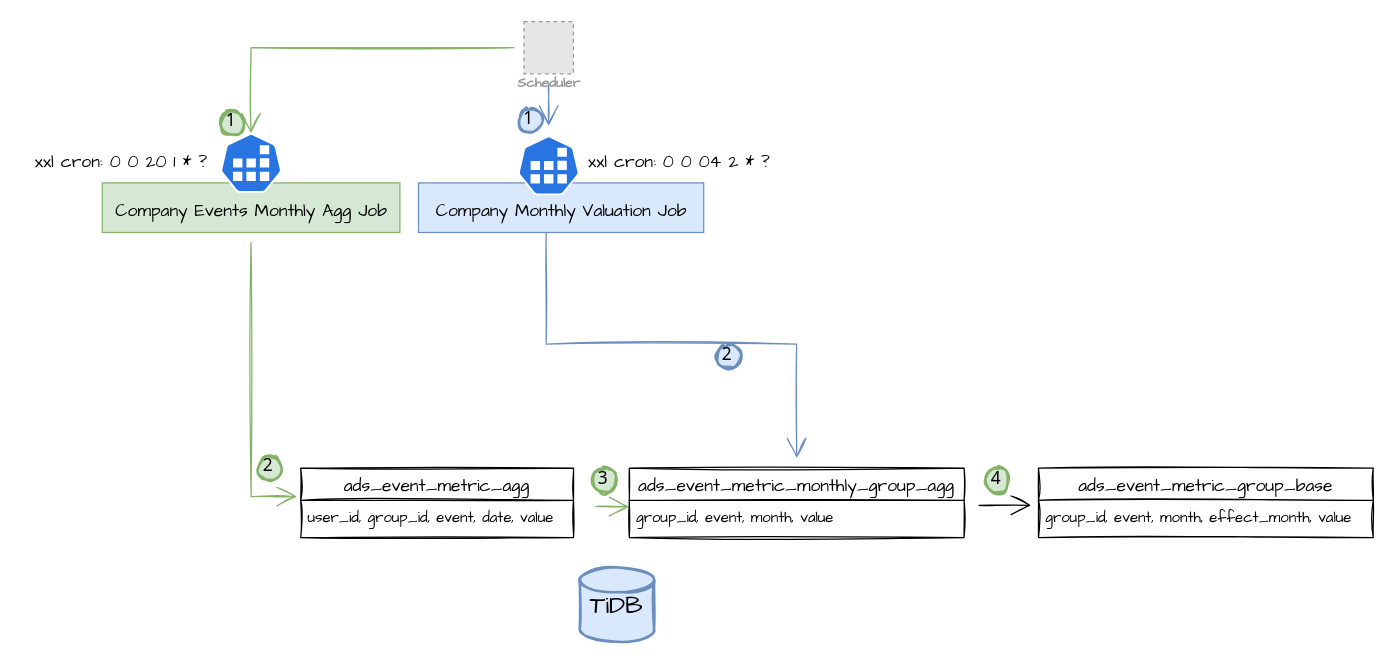
Above: Company User Behavior valuation.drawio in yindongjun/gangzhang.github.io (draw.io), before the change. Source tidied: cells renumbered, new cells numbered last; positions are measured from the earlier drawing's top-left corner, leaving out a move shared by most shapes. Both pictures are drawn from the tidied source at 124%, with x=0, y=0 at pixel (21, 21). Pictures stored in the file or linked from it are replaced by grey dashed boxes.
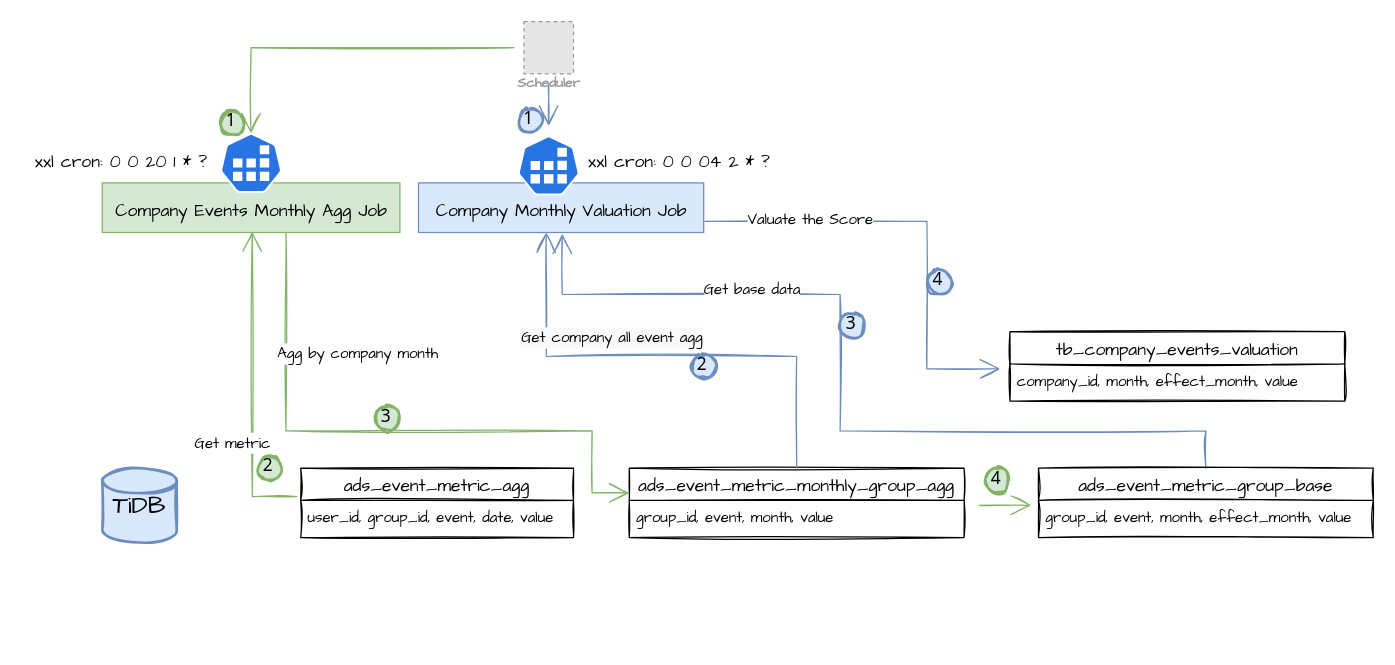
Above is the later version.

The change refers to these unchanged cells:
```xml
<mxCell id="2" value="&lt;font style=&quot;font-size: 14px;&quot;&gt;Company Monthly Valuation Job&lt;/font&gt;" style="text;html=1;align=center;verticalAlign=middle;points=[];strokeColor=#6c8ebf;fillColor=#dae8fc;fontSize=20;fontFamily=Architects Daughter;" parent="1" vertex="1">
  <mxGeometry x="320" y="130" width="230" height="40" as="geometry" />
</mxCell>
<mxCell id="8" value="&lt;font style=&quot;font-size: 14px;&quot;&gt;Company Events Monthly Agg Job&lt;/font&gt;" style="text;html=1;align=center;verticalAlign=middle;points=[];strokeColor=#82b366;fillColor=#d5e8d4;fontSize=20;fontFamily=Architects Daughter;" parent="1" vertex="1">
  <mxGeometry x="65" y="130" width="240" height="40" as="geometry" />
</mxCell>
<mxCell id="10" value="user_id, group_id, event, date, value" style="text;strokeColor=none;fillColor=none;spacingLeft=4;spacingRight=4;overflow=hidden;points=[[0,0.5],[1,0.5]];portConstraint=eastwest;fontSize=12;sketch=1;hachureGap=4;fillStyle=solid;fontFamily=Architects Daughter;" parent="9" vertex="1">
  <mxGeometry y="26" width="220" height="30" as="geometry" />
</mxCell>
<mxCell id="11" value="ads_event_metric_monthly_group_agg" style="swimlane;fontStyle=0;horizontal=1;startSize=26;align=center;fontSize=14;sketch=1;hachureGap=4;fillStyle=solid;fontFamily=Architects Daughter;" parent="1" vertex="1">
  <mxGeometry x="490" y="360" width="270" height="56" as="geometry" />
</mxCell>
<mxCell id="20" value="ads_event_metric_group_base" style="swimlane;fontStyle=0;horizontal=1;startSize=26;align=center;fontSize=14;sketch=1;hachureGap=4;fillStyle=solid;fontFamily=Architects Daughter;" parent="1" vertex="1">
  <mxGeometry x="820" y="360" width="270" height="56" as="geometry" />
</mxCell>
```

The edit, as a diff of the source:
```diff
@@
+    <mxCell id="28" style="edgeStyle=orthogonalEdgeStyle;rounded=0;sketch=1;hachureGap=4;jettySize=auto;html=1;fontFamily=Architects Daughter;fontSize=14;startArrow=open;startFill=0;endArrow=none;endFill=0;startSize=14;endSize=14;sourcePerimeterSpacing=8;targetPerimeterSpacing=8;exitX=0.504;exitY=1.025;exitDx=0;exitDy=0;exitPerimeter=0;fillColor=#dae8fc;strokeColor=#6c8ebf;entryX=0.5;entryY=0;entryDx=0;entryDy=0;" parent="1" edge="1" source="2" target="20">
+      <mxGeometry relative="1" as="geometry">
+        <Array as="points">
+          <mxPoint x="436" y="220" />
+          <mxPoint x="660" y="220" />
+          <mxPoint x="660" y="330" />
+          <mxPoint x="955" y="330" />
+        </Array>
+      </mxGeometry>
+    </mxCell>
+    <mxCell id="29" value="Get base data" style="edgeLabel;html=1;align=center;verticalAlign=middle;fontSize=12;fontFamily=Architects Daughter;" parent="28" vertex="1">
+      <mxGeometry x="-0.43" y="4" relative="1" as="geometry" />
+    </mxCell>
@@
     <mxCell id="6" value="TiDB" style="strokeWidth=2;html=1;shape=mxgraph.flowchart.database;whiteSpace=wrap;sketch=1;hachureGap=4;fontFamily=Architects Daughter;fontSize=20;fillColor=#dae8fc;strokeColor=#6c8ebf;fillStyle=solid;" parent="1" vertex="1">
-      <mxGeometry x="450" y="440" width="60" height="60" as="geometry" />
+      <mxGeometry x="65" y="360" width="60" height="60" as="geometry" />
     </mxCell>
-    <mxCell id="7" style="edgeStyle=orthogonalEdgeStyle;rounded=0;sketch=1;hachureGap=4;jettySize=auto;html=1;entryX=-0.014;entryY=-0.1;entryDx=0;entryDy=0;entryPerimeter=0;fontFamily=Architects Daughter;fontSize=14;endArrow=open;startSize=14;endSize=14;sourcePerimeterSpacing=8;targetPerimeterSpacing=8;fillColor=#d5e8d4;strokeColor=#82b366;" parent="1" edge="1" source="8" target="10">
+    <mxCell id="7" style="edgeStyle=orthogonalEdgeStyle;rounded=0;sketch=1;hachureGap=4;jettySize=auto;html=1;entryX=-0.014;entryY=-0.1;entryDx=0;entryDy=0;entryPerimeter=0;fontFamily=Architects Daughter;fontSize=14;endArrow=none;startSize=14;endSize=14;sourcePerimeterSpacing=8;targetPerimeterSpacing=8;fillColor=#d5e8d4;strokeColor=#82b366;startArrow=open;startFill=0;endFill=0;exitX=0.504;exitY=0.975;exitDx=0;exitDy=0;exitPerimeter=0;" parent="1" edge="1" source="8" target="10">
       <mxGeometry relative="1" as="geometry" />
     </mxCell>
+    <mxCell id="30" value="&lt;font style=&quot;font-size: 12px;&quot;&gt;Get metric&lt;/font&gt;" style="edgeLabel;html=1;align=center;verticalAlign=middle;fontSize=14;fontFamily=Architects Daughter;" parent="7" vertex="1">
+      <mxGeometry x="0.25" relative="1" as="geometry">
+        <mxPoint x="-16" y="15" as="offset" />
+      </mxGeometry>
+    </mxCell>
@@
-    <mxCell id="13" style="edgeStyle=orthogonalEdgeStyle;rounded=0;sketch=1;hachureGap=4;orthogonalLoop=1;jettySize=auto;html=1;entryX=0;entryY=0.5;entryDx=0;entryDy=0;fontFamily=Architects Daughter;fontSize=16;endArrow=open;startSize=14;endSize=14;sourcePerimeterSpacing=8;targetPerimeterSpacing=8;fillColor=#d5e8d4;strokeColor=#82b366;" parent="1" edge="1">
+    <mxCell id="13" style="edgeStyle=orthogonalEdgeStyle;rounded=0;sketch=1;hachureGap=4;jettySize=auto;html=1;fontFamily=Architects Daughter;fontSize=16;endArrow=open;startSize=14;endSize=14;sourcePerimeterSpacing=8;targetPerimeterSpacing=8;fillColor=#d5e8d4;strokeColor=#82b366;exitX=0.617;exitY=1;exitDx=0;exitDy=0;exitPerimeter=0;" parent="1" edge="1" source="8">
       <mxGeometry relative="1" as="geometry">
-        <mxPoint x="463" y="391" as="sourcePoint" />
-        <mxPoint x="490" y="391" as="targetPoint" />
+        <mxPoint x="490" y="380" as="targetPoint" />
+        <Array as="points">
+          <mxPoint x="213" y="330" />
+          <mxPoint x="460" y="330" />
+          <mxPoint x="460" y="380" />
+        </Array>
       </mxGeometry>
     </mxCell>
+    <mxCell id="31" value="&lt;font style=&quot;font-size: 12px;&quot;&gt;Agg by company month&lt;/font&gt;" style="edgeLabel;html=1;align=center;verticalAlign=middle;fontSize=14;fontFamily=Architects Daughter;" parent="13" vertex="1">
+      <mxGeometry x="-0.65" y="2" relative="1" as="geometry">
+        <mxPoint x="55" y="13" as="offset" />
+      </mxGeometry>
+    </mxCell>
@@
     <mxCell id="17" value="3" style="ellipse;whiteSpace=wrap;html=1;strokeWidth=2;fontFamily=Tahoma;spacingBottom=4;spacingRight=2;strokeColor=#82b366;sketch=1;hachureGap=4;fillStyle=solid;fontSize=14;fillColor=#d5e8d4;" parent="1" vertex="1">
-      <mxGeometry x="460" y="360" width="20" height="20" as="geometry" />
+      <mxGeometry x="285" y="310" width="20" height="20" as="geometry" />
     </mxCell>
@@
-    <mxCell id="19" style="edgeStyle=orthogonalEdgeStyle;rounded=0;sketch=1;hachureGap=4;jettySize=auto;html=1;fontFamily=Architects Daughter;fontSize=14;endArrow=open;startSize=14;endSize=14;sourcePerimeterSpacing=8;targetPerimeterSpacing=8;exitX=0.448;exitY=1;exitDx=0;exitDy=0;exitPerimeter=0;fillColor=#dae8fc;strokeColor=#6c8ebf;" parent="1" edge="1" source="2" target="11">
+    <mxCell id="19" style="edgeStyle=orthogonalEdgeStyle;rounded=0;sketch=1;hachureGap=4;jettySize=auto;html=1;fontFamily=Architects Daughter;fontSize=14;endArrow=none;startSize=14;endSize=14;sourcePerimeterSpacing=8;targetPerimeterSpacing=8;exitX=0.448;exitY=1;exitDx=0;exitDy=0;exitPerimeter=0;fillColor=#dae8fc;strokeColor=#6c8ebf;endFill=0;startArrow=open;startFill=0;entryX=0.5;entryY=0;entryDx=0;entryDy=0;" parent="1" edge="1" source="2" target="11">
       <mxGeometry relative="1" as="geometry" />
     </mxCell>
+    <mxCell id="32" value="&lt;span style=&quot;background-color: rgb(248, 249, 250);&quot;&gt;&lt;font style=&quot;font-size: 12px;&quot;&gt;Get company all event agg&lt;/font&gt;&lt;/span&gt;" style="edgeLabel;html=1;align=center;verticalAlign=middle;fontSize=12;fontFamily=Architects Daughter;" parent="19" vertex="1">
+      <mxGeometry x="-0.22" y="2" relative="1" as="geometry">
+        <mxPoint y="-13" as="offset" />
+      </mxGeometry>
+    </mxCell>
@@
-    <mxCell id="22" style="edgeStyle=orthogonalEdgeStyle;rounded=0;sketch=1;hachureGap=4;orthogonalLoop=1;jettySize=auto;html=1;fontFamily=Architects Daughter;fontSize=14;endArrow=open;startSize=14;endSize=14;sourcePerimeterSpacing=8;targetPerimeterSpacing=8;" parent="1" edge="1">
+    <mxCell id="22" style="edgeStyle=orthogonalEdgeStyle;rounded=0;sketch=1;hachureGap=4;orthogonalLoop=1;jettySize=auto;html=1;fontFamily=Architects Daughter;fontSize=14;endArrow=open;startSize=14;endSize=14;sourcePerimeterSpacing=8;targetPerimeterSpacing=8;fillColor=#d5e8d4;strokeColor=#82b366;" parent="1" edge="1">
       <mxGeometry relative="1" as="geometry">
         <mxPoint x="772" y="390" as="sourcePoint" />
         <mxPoint x="814" y="390" as="targetPoint" />
       </mxGeometry>
     </mxCell>
@@
-    <mxCell id="24" value="xxl cron:&amp;nbsp;0 0 20 1 * ?" style="text;html=1;align=center;verticalAlign=middle;strokeColor=none;fillColor=none;fontSize=14;fontFamily=Architects Daughter;" parent="1" vertex="1">
+    <mxCell id="24" value="&lt;font style=&quot;font-size: 14px;&quot;&gt;xxl cron:&amp;nbsp;0 0 20 1 * ?&lt;/font&gt;" style="text;html=1;align=center;verticalAlign=middle;strokeColor=none;fillColor=none;fontSize=14;fontFamily=Architects Daughter;" parent="1" vertex="1">
       <mxGeometry y="99" width="160" height="30" as="geometry" />
     </mxCell>
@@
     <mxCell id="27" value="2" style="ellipse;whiteSpace=wrap;html=1;strokeWidth=2;fontFamily=Tahoma;spacingBottom=4;spacingRight=2;strokeColor=#6c8ebf;sketch=1;hachureGap=4;fillStyle=solid;fontSize=14;fillColor=#dae8fc;" parent="1" vertex="1">
-      <mxGeometry x="560" y="260" width="20" height="20" as="geometry" />
+      <mxGeometry x="540" y="268" width="20" height="20" as="geometry" />
     </mxCell>
+    <mxCell id="33" value="tb_company_events_valuation" style="swimlane;fontStyle=0;horizontal=1;startSize=26;align=center;fontSize=14;sketch=1;hachureGap=4;fillStyle=solid;fontFamily=Architects Daughter;" parent="1" vertex="1">
+      <mxGeometry x="797" y="250" width="270" height="56" as="geometry" />
+    </mxCell>
+    <mxCell id="34" value="company_id, month, effect_month, value" style="text;strokeColor=none;fillColor=none;spacingLeft=4;spacingRight=4;overflow=hidden;points=[[0,0.5],[1,0.5]];portConstraint=eastwest;fontSize=12;sketch=1;hachureGap=4;fillStyle=solid;fontFamily=Architects Daughter;" parent="33" vertex="1">
+      <mxGeometry y="26" width="270" height="30" as="geometry" />
+    </mxCell>
+    <mxCell id="35" value="3" style="ellipse;whiteSpace=wrap;html=1;strokeWidth=2;fontFamily=Tahoma;spacingBottom=4;spacingRight=2;strokeColor=#6c8ebf;sketch=1;hachureGap=4;fillStyle=solid;fontSize=14;fillColor=#dae8fc;" parent="1" vertex="1">
+      <mxGeometry x="660" y="235" width="20" height="20" as="geometry" />
+    </mxCell>
+    <mxCell id="36" style="edgeStyle=orthogonalEdgeStyle;rounded=0;sketch=1;hachureGap=4;jettySize=auto;html=1;entryX=1.004;entryY=0.775;entryDx=0;entryDy=0;entryPerimeter=0;fontFamily=Architects Daughter;fontSize=14;startArrow=open;startFill=0;endArrow=none;endFill=0;startSize=14;endSize=14;sourcePerimeterSpacing=8;targetPerimeterSpacing=8;fillColor=#dae8fc;strokeColor=#6c8ebf;" parent="1" edge="1" source="34" target="2">
+      <mxGeometry relative="1" as="geometry">
+        <Array as="points">
+          <mxPoint x="730" y="280" />
+          <mxPoint x="730" y="161" />
+        </Array>
+      </mxGeometry>
+    </mxCell>
+    <mxCell id="37" value="Valuate the Score" style="edgeLabel;html=1;align=center;verticalAlign=middle;fontSize=12;fontFamily=Architects Daughter;" parent="36" vertex="1">
+      <mxGeometry x="0.53" y="-1" relative="1" as="geometry" />
+    </mxCell>
+    <mxCell id="38" value="4" style="ellipse;whiteSpace=wrap;html=1;strokeWidth=2;fontFamily=Tahoma;spacingBottom=4;spacingRight=2;strokeColor=#6c8ebf;sketch=1;hachureGap=4;fillStyle=solid;fontSize=14;fillColor=#dae8fc;" parent="1" vertex="1">
+      <mxGeometry x="730" y="200" width="20" height="20" as="geometry" />
+    </mxCell>
```
